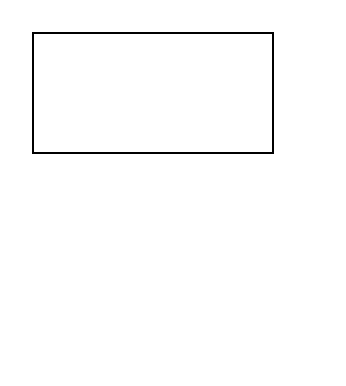
The draw.io diagram 未命名绘图.drawio in beeant0512/beeant0512.github.io, before the edit. Source tidied: cells renumbered, new cells numbered last; positions are measured from the earlier drawing's top-left corner, leaving out a move shared by most shapes. Both pictures are drawn from the tidied source at 200%, with x=0, y=0 at pixel (32, 32).
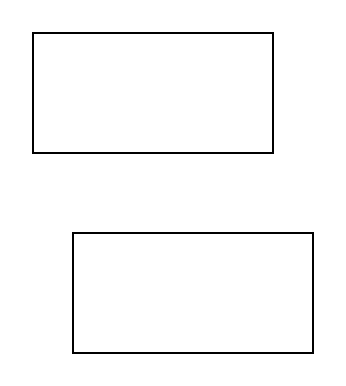
The same page after the edit.

Commit message (it also covers changes not shown here):
更新未命名绘图.drawio

What changed in the source:
```diff
@@
 <mxGraphModel>
   <root>
     <mxCell id="0" />
     <mxCell id="1" parent="0" />
     <mxCell id="2" style="rounded=0;whiteSpace=wrap;html=1;" parent="1" vertex="1">
       <mxGeometry width="120" height="60" as="geometry" />
     </mxCell>
+    <mxCell id="3" style="rounded=0;whiteSpace=wrap;html=1;" parent="1" vertex="1">
+      <mxGeometry x="20" y="100" width="120" height="60" as="geometry" />
+    </mxCell>
   </root>
 </mxGraphModel>
```
